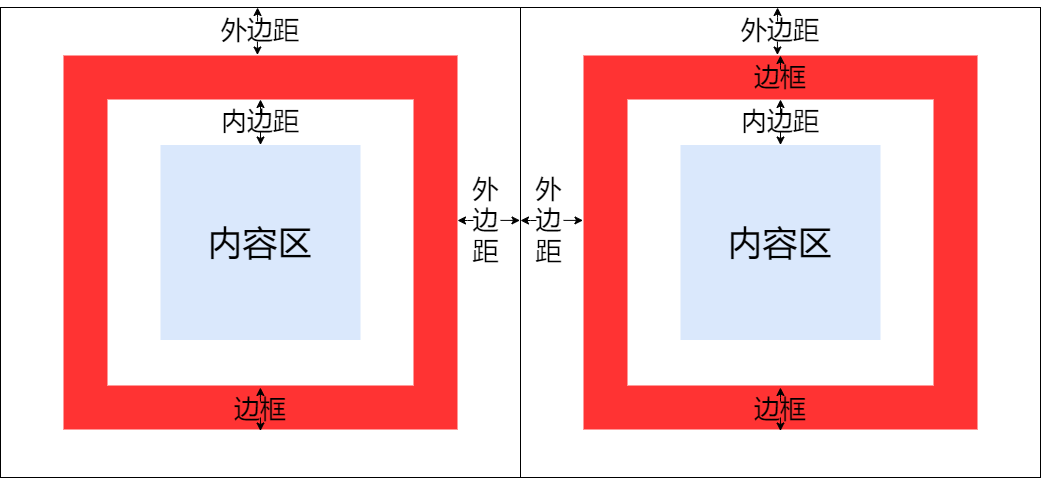
The draw.io diagram 02_HTML和CSS/14_盒子模型/image/01_盒子模型各个组成部分.png in ywanzhou/Learn-front-end-from-scratc, before a commit. Source tidied: cells renumbered, new cells last; positions are measured from the earlier drawing's top-left corner, leaving out a move shared by most shapes.
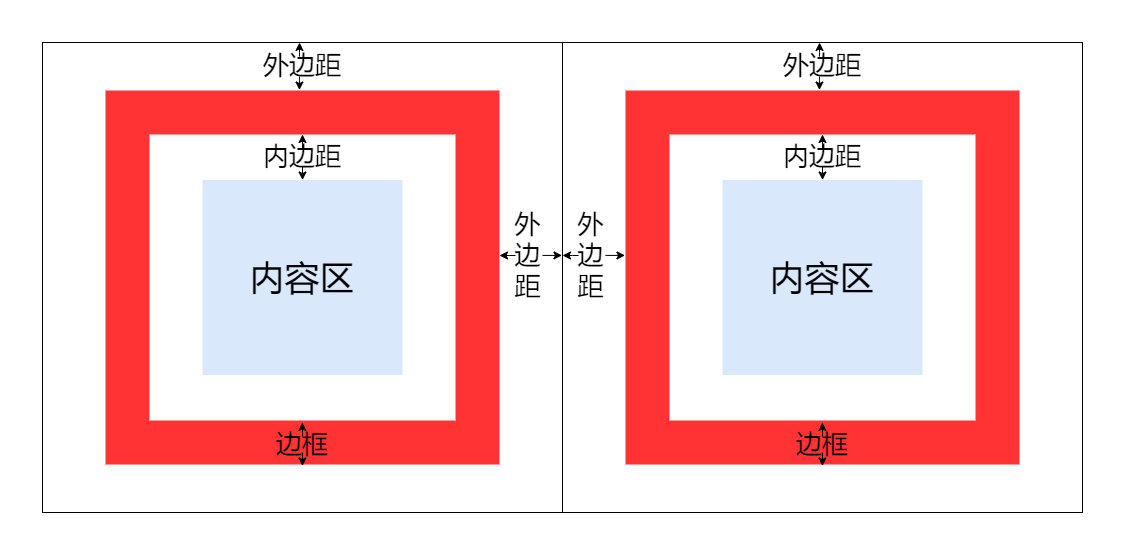
After the commit.

Commit message:
包含内容区和内边距的边界。

Change to the diagram source:
```diff
@@ -90,19 +90,6 @@
     <mxCell id="19" value="&lt;font style=&quot;font-size: 26px&quot;&gt;内边距&lt;/font&gt;" style="text;html=1;strokeColor=none;fillColor=none;align=center;verticalAlign=middle;whiteSpace=wrap;rounded=0;strokeWidth=4;" parent="1" vertex="1">
       <mxGeometry x="735" y="104" width="90" height="20" as="geometry" />
     </mxCell>
-    <mxCell id="20" value="&lt;font style=&quot;font-size: 26px&quot;&gt;边框&lt;/font&gt;" style="text;html=1;strokeColor=none;fillColor=none;align=center;verticalAlign=middle;whiteSpace=wrap;rounded=0;strokeWidth=4;" parent="1" vertex="1">
-      <mxGeometry x="735" y="60" width="90" height="20" as="geometry" />
-    </mxCell>
-    <mxCell id="21" style="edgeStyle=orthogonalEdgeStyle;rounded=0;orthogonalLoop=1;jettySize=auto;html=1;exitX=0.5;exitY=0;exitDx=0;exitDy=0;" parent="1" edge="1">
-      <mxGeometry relative="1" as="geometry">
-        <mxPoint x="779.9" y="62" as="sourcePoint" />
-        <mxPoint x="779.9" y="48" as="targetPoint" />
-        <Array as="points">
-          <mxPoint x="780" y="58" />
-          <mxPoint x="780" y="58" />
-        </Array>
-      </mxGeometry>
-    </mxCell>
     <mxCell id="22" style="edgeStyle=orthogonalEdgeStyle;rounded=0;orthogonalLoop=1;jettySize=auto;html=1;exitX=0.5;exitY=1;exitDx=0;exitDy=0;entryX=0.5;entryY=0;entryDx=0;entryDy=0;" parent="1" edge="1">
       <mxGeometry relative="1" as="geometry">
         <mxPoint x="780" y="410" as="sourcePoint" />
@@ -182,5 +169,8 @@
         </Array>
       </mxGeometry>
     </mxCell>
+    <mxCell id="34" style="rounded=0;whiteSpace=wrap;html=1;strokeWidth=4;strokeColor=none;fillColor=none;" parent="1" vertex="1">
+      <mxGeometry x="-40" y="-40" width="1120" height="550" as="geometry" />
+    </mxCell>
   </root>
 </mxGraphModel>
```
